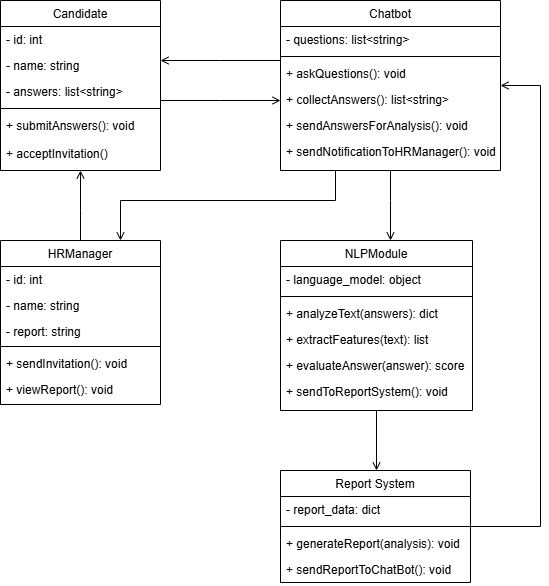
The draw.io diagram Диаграмма классов.drawio.png in Evgeny-Yakovlev73/Diagramms, before a commit. Source tidied: cells renumbered, new cells last; positions are measured from the earlier drawing's top-left corner, leaving out a move shared by most shapes.
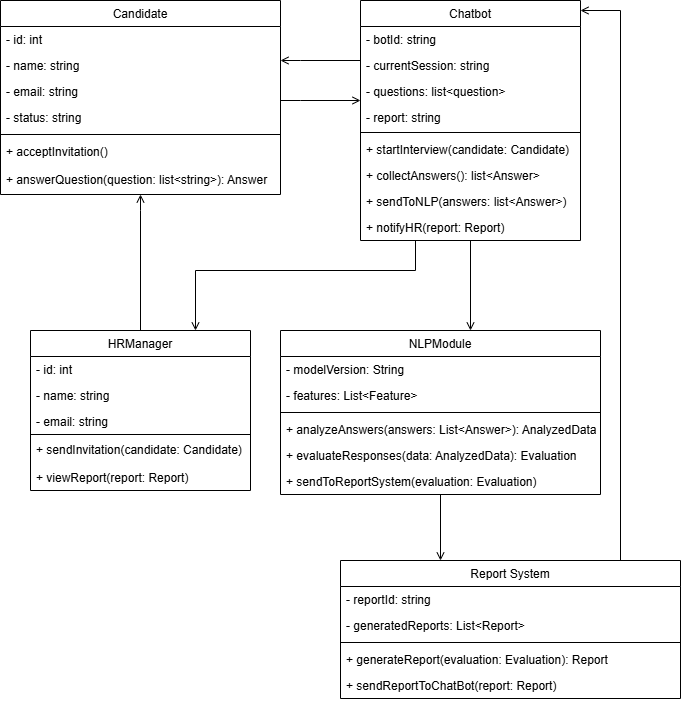
After the commit.

Diff of the diagram source:
```diff
@@ -3,61 +3,76 @@
     <mxCell id="0" />
     <mxCell id="1" parent="0" />
     <mxCell id="2" value="Candidate" style="swimlane;fontStyle=0;align=center;verticalAlign=top;horizontal=1;startSize=26;rounded=0;shadow=0;strokeWidth=1;" parent="1" vertex="1">
-      <mxGeometry width="160" height="170" as="geometry" />
+      <mxGeometry x="-80" width="280" height="194" as="geometry" />
     </mxCell>
     <mxCell id="3" value="- id: int" style="text;align=left;verticalAlign=top;spacingLeft=4;spacingRight=4;overflow=hidden;" parent="2" vertex="1">
-      <mxGeometry y="26" width="160" height="26" as="geometry" />
+      <mxGeometry y="26" width="280" height="26" as="geometry" />
     </mxCell>
+    <mxCell id="42" value="- name: string" style="text;align=left;verticalAlign=top;spacingLeft=4;spacingRight=4;overflow=hidden;rounded=0;shadow=0;html=0;" parent="2" vertex="1">
+      <mxGeometry y="52" width="280" height="26" as="geometry" />
+    </mxCell>
-    <mxCell id="4" value="- name: string" style="text;align=left;verticalAlign=top;spacingLeft=4;spacingRight=4;overflow=hidden;rounded=0;shadow=0;html=0;" parent="2" vertex="1">
-      <mxGeometry y="52" width="160" height="26" as="geometry" />
+    <mxCell id="4" value="- email: string" style="text;align=left;verticalAlign=top;spacingLeft=4;spacingRight=4;overflow=hidden;rounded=0;shadow=0;html=0;" parent="2" vertex="1">
+      <mxGeometry y="78" width="280" height="26" as="geometry" />
     </mxCell>
-    <mxCell id="5" value="- answers: list&lt;string&gt;" style="text;align=left;verticalAlign=top;spacingLeft=4;spacingRight=4;overflow=hidden;rounded=0;shadow=0;html=0;" parent="2" vertex="1">
-      <mxGeometry y="78" width="160" height="26" as="geometry" />
-    </mxCell>
+    <mxCell id="43" value="- status: string" style="text;align=left;verticalAlign=top;spacingLeft=4;spacingRight=4;overflow=hidden;rounded=0;shadow=0;html=0;" parent="2" vertex="1">
+      <mxGeometry y="104" width="280" height="26" as="geometry" />
+    </mxCell>
     <mxCell id="6" style="line;html=1;strokeWidth=1;align=left;verticalAlign=middle;spacingTop=-1;spacingLeft=3;spacingRight=3;labelPosition=right;" parent="2" vertex="1">
-      <mxGeometry y="104" width="160" height="8" as="geometry" />
+      <mxGeometry y="130" width="280" height="8" as="geometry" />
     </mxCell>
+    <mxCell id="8" value="+ acceptInvitation()" style="text;align=left;verticalAlign=top;spacingLeft=4;spacingRight=4;overflow=hidden;" parent="2" vertex="1">
+      <mxGeometry y="138" width="280" height="28" as="geometry" />
+    </mxCell>
-    <mxCell id="7" value="+ submitAnswers(): void" style="text;align=left;verticalAlign=top;spacingLeft=4;spacingRight=4;overflow=hidden;" parent="2" vertex="1">
-      <mxGeometry y="112" width="160" height="28" as="geometry" />
+    <mxCell id="7" value="+ answerQuestion(question: list&lt;string&gt;): Answer" style="text;align=left;verticalAlign=top;spacingLeft=4;spacingRight=4;overflow=hidden;" parent="2" vertex="1">
+      <mxGeometry y="166" width="280" height="28" as="geometry" />
     </mxCell>
-    <mxCell id="8" value="+ acceptInvitation()" style="text;align=left;verticalAlign=top;spacingLeft=4;spacingRight=4;overflow=hidden;" parent="2" vertex="1">
-      <mxGeometry y="140" width="160" height="28" as="geometry" />
-    </mxCell>
     <mxCell id="9" value="Report System" style="swimlane;fontStyle=0;align=center;verticalAlign=top;horizontal=1;startSize=26;rounded=0;shadow=0;strokeWidth=1;" parent="1" vertex="1">
-      <mxGeometry x="280" y="470" width="190" height="112" as="geometry" />
+      <mxGeometry x="260" y="560" width="340" height="138" as="geometry" />
     </mxCell>
+    <mxCell id="44" value="- reportId: string" style="text;align=left;verticalAlign=top;spacingLeft=4;spacingRight=4;overflow=hidden;" parent="9" vertex="1">
+      <mxGeometry y="26" width="340" height="26" as="geometry" />
+    </mxCell>
-    <mxCell id="10" value="- report_data: dict" style="text;align=left;verticalAlign=top;spacingLeft=4;spacingRight=4;overflow=hidden;" parent="9" vertex="1">
-      <mxGeometry y="26" width="190" height="26" as="geometry" />
+    <mxCell id="10" value="- generatedReports: List&lt;Report&gt;" style="text;align=left;verticalAlign=top;spacingLeft=4;spacingRight=4;overflow=hidden;" parent="9" vertex="1">
+      <mxGeometry y="52" width="340" height="26" as="geometry" />
     </mxCell>
     <mxCell id="11" style="line;html=1;strokeWidth=1;align=left;verticalAlign=middle;spacingTop=-1;spacingLeft=3;spacingRight=3;labelPosition=right;" parent="9" vertex="1">
-      <mxGeometry y="52" width="190" height="8" as="geometry" />
+      <mxGeometry y="78" width="340" height="8" as="geometry" />
     </mxCell>
-    <mxCell id="12" value="+ generateReport(analysis): void" style="text;align=left;verticalAlign=top;spacingLeft=4;spacingRight=4;overflow=hidden;fontStyle=0;" parent="9" vertex="1">
-      <mxGeometry y="60" width="190" height="26" as="geometry" />
+    <mxCell id="12" value="+ generateReport(evaluation: Evaluation): Report" style="text;align=left;verticalAlign=top;spacingLeft=4;spacingRight=4;overflow=hidden;fontStyle=0;" parent="9" vertex="1">
+      <mxGeometry y="86" width="340" height="26" as="geometry" />
     </mxCell>
-    <mxCell id="13" value="+ sendReportToChatBot(): void" style="text;align=left;verticalAlign=top;spacingLeft=4;spacingRight=4;overflow=hidden;" parent="9" vertex="1">
-      <mxGeometry y="86" width="190" height="26" as="geometry" />
+    <mxCell id="13" value="+ sendReportToChatBot(report: Report)" style="text;align=left;verticalAlign=top;spacingLeft=4;spacingRight=4;overflow=hidden;" parent="9" vertex="1">
+      <mxGeometry y="112" width="340" height="26" as="geometry" />
     </mxCell>
     <mxCell id="14" value="Chatbot" style="swimlane;fontStyle=0;align=center;verticalAlign=top;horizontal=1;startSize=26;rounded=0;shadow=0;strokeWidth=1;" parent="1" vertex="1">
-      <mxGeometry x="280" width="220" height="170" as="geometry" />
+      <mxGeometry x="280" width="220" height="240" as="geometry" />
     </mxCell>
+    <mxCell id="45" value="- botId: string" style="text;align=left;verticalAlign=top;spacingLeft=4;spacingRight=4;overflow=hidden;" parent="14" vertex="1">
+      <mxGeometry y="26" width="220" height="26" as="geometry" />
+    </mxCell>
+    <mxCell id="46" value="- currentSession: string" style="text;align=left;verticalAlign=top;spacingLeft=4;spacingRight=4;overflow=hidden;labelBackgroundColor=none;" parent="14" vertex="1">
+      <mxGeometry y="52" width="220" height="26" as="geometry" />
+    </mxCell>
-    <mxCell id="15" value="- questions: list&lt;string&gt;" style="text;align=left;verticalAlign=top;spacingLeft=4;spacingRight=4;overflow=hidden;" parent="14" vertex="1">
-      <mxGeometry y="26" width="220" height="26" as="geometry" />
+    <mxCell id="15" value="- questions: list&lt;question&gt;" style="text;align=left;verticalAlign=top;spacingLeft=4;spacingRight=4;overflow=hidden;" parent="14" vertex="1">
+      <mxGeometry y="78" width="220" height="26" as="geometry" />
     </mxCell>
+    <mxCell id="47" value="- report: string" style="text;align=left;verticalAlign=top;spacingLeft=4;spacingRight=4;overflow=hidden;rounded=0;shadow=0;html=0;" parent="14" vertex="1">
+      <mxGeometry y="104" width="220" height="24" as="geometry" />
+    </mxCell>
     <mxCell id="16" style="line;html=1;strokeWidth=1;align=left;verticalAlign=middle;spacingTop=-1;spacingLeft=3;spacingRight=3;labelPosition=right;" parent="14" vertex="1">
-      <mxGeometry y="52" width="220" height="8" as="geometry" />
+      <mxGeometry y="128" width="220" height="8" as="geometry" />
     </mxCell>
-    <mxCell id="17" value="+ askQuestions(): void" style="text;align=left;verticalAlign=top;spacingLeft=4;spacingRight=4;overflow=hidden;" parent="14" vertex="1">
-      <mxGeometry y="60" width="220" height="26" as="geometry" />
+    <mxCell id="17" value="+ startInterview(candidate: Candidate)" style="text;align=left;verticalAlign=top;spacingLeft=4;spacingRight=4;overflow=hidden;" parent="14" vertex="1">
+      <mxGeometry y="136" width="220" height="26" as="geometry" />
     </mxCell>
-    <mxCell id="18" value="+ collectAnswers(): list&lt;string&gt;" style="text;align=left;verticalAlign=top;spacingLeft=4;spacingRight=4;overflow=hidden;" parent="14" vertex="1">
-      <mxGeometry y="86" width="220" height="26" as="geometry" />
+    <mxCell id="18" value="+ collectAnswers(): list&lt;Answer&gt;" style="text;align=left;verticalAlign=top;spacingLeft=4;spacingRight=4;overflow=hidden;" parent="14" vertex="1">
+      <mxGeometry y="162" width="220" height="26" as="geometry" />
     </mxCell>
-    <mxCell id="19" value="+ sendAnswersForAnalysis(): void" style="text;align=left;verticalAlign=top;spacingLeft=4;spacingRight=4;overflow=hidden;rounded=0;shadow=0;html=0;" parent="14" vertex="1">
-      <mxGeometry y="112" width="220" height="26" as="geometry" />
+    <mxCell id="19" value="+ sendToNLP(answers: list&lt;Answer&gt;)" style="text;align=left;verticalAlign=top;spacingLeft=4;spacingRight=4;overflow=hidden;rounded=0;shadow=0;html=0;" parent="14" vertex="1">
+      <mxGeometry y="188" width="220" height="26" as="geometry" />
     </mxCell>
-    <mxCell id="20" value="+ sendNotificationToHRManager(): void" style="text;align=left;verticalAlign=top;spacingLeft=4;spacingRight=4;overflow=hidden;rounded=0;shadow=0;html=0;" parent="14" vertex="1">
-      <mxGeometry y="138" width="220" height="26" as="geometry" />
+    <mxCell id="20" value="+ notifyHR(report: Report)" style="text;align=left;verticalAlign=top;spacingLeft=4;spacingRight=4;overflow=hidden;rounded=0;shadow=0;html=0;" parent="14" vertex="1">
+      <mxGeometry y="214" width="220" height="26" as="geometry" />
     </mxCell>
     <mxCell id="21" style="endArrow=open;shadow=0;strokeWidth=1;rounded=0;curved=0;endFill=1;edgeStyle=elbowEdgeStyle;elbow=vertical;" parent="1" edge="1" source="2" target="14">
       <mxGeometry x="0.5" y="41" relative="1" as="geometry">
@@ -68,30 +83,30 @@
       </mxGeometry>
     </mxCell>
     <mxCell id="22" value="NLPModule" style="swimlane;fontStyle=0;align=center;verticalAlign=top;horizontal=1;startSize=26;rounded=0;shadow=0;strokeWidth=1;" parent="1" vertex="1">
-      <mxGeometry x="280" y="240" width="192" height="170" as="geometry" />
+      <mxGeometry x="200" y="330" width="320" height="164" as="geometry" />
     </mxCell>
+    <mxCell id="48" value="- modelVersion: String" style="text;align=left;verticalAlign=top;spacingLeft=4;spacingRight=4;overflow=hidden;fontColor=#000000;" parent="22" vertex="1">
+      <mxGeometry y="26" width="320" height="26" as="geometry" />
+    </mxCell>
-    <mxCell id="23" value="- language_model: object" style="text;align=left;verticalAlign=top;spacingLeft=4;spacingRight=4;overflow=hidden;" parent="22" vertex="1">
-      <mxGeometry y="26" width="192" height="26" as="geometry" />
+    <mxCell id="23" value="- features: List&lt;Feature&gt;" style="text;align=left;verticalAlign=top;spacingLeft=4;spacingRight=4;overflow=hidden;fontColor=#000000;" parent="22" vertex="1">
+      <mxGeometry y="52" width="320" height="26" as="geometry" />
     </mxCell>
     <mxCell id="24" style="line;html=1;strokeWidth=1;align=left;verticalAlign=middle;spacingTop=-1;spacingLeft=3;spacingRight=3;labelPosition=right;" parent="22" vertex="1">
-      <mxGeometry y="52" width="192" height="8" as="geometry" />
+      <mxGeometry y="78" width="320" height="8" as="geometry" />
     </mxCell>
-    <mxCell id="25" value="+ analyzeText(answers): dict" style="text;align=left;verticalAlign=top;spacingLeft=4;spacingRight=4;overflow=hidden;" parent="22" vertex="1">
-      <mxGeometry y="60" width="192" height="26" as="geometry" />
+    <mxCell id="25" value="+ analyzeAnswers(answers: List&lt;Answer&gt;): AnalyzedData" style="text;align=left;verticalAlign=top;spacingLeft=4;spacingRight=4;overflow=hidden;" parent="22" vertex="1">
+      <mxGeometry y="86" width="320" height="26" as="geometry" />
     </mxCell>
-    <mxCell id="26" value="+ extractFeatures(text): list" style="text;align=left;verticalAlign=top;spacingLeft=4;spacingRight=4;overflow=hidden;" parent="22" vertex="1">
-      <mxGeometry y="86" width="192" height="26" as="geometry" />
-    </mxCell>
-    <mxCell id="27" value="+ evaluateAnswer(answer): score" style="text;align=left;verticalAlign=top;spacingLeft=4;spacingRight=4;overflow=hidden;rounded=0;shadow=0;html=0;" parent="22" vertex="1">
-      <mxGeometry y="112" width="192" height="26" as="geometry" />
+    <mxCell id="27" value="+ evaluateResponses(data: AnalyzedData): Evaluation" style="text;align=left;verticalAlign=top;spacingLeft=4;spacingRight=4;overflow=hidden;rounded=0;shadow=0;html=0;" parent="22" vertex="1">
+      <mxGeometry y="112" width="320" height="26" as="geometry" />
     </mxCell>
-    <mxCell id="28" value="+ sendToReportSystem(): void" style="text;align=left;verticalAlign=top;spacingLeft=4;spacingRight=4;overflow=hidden;rounded=0;shadow=0;html=0;" parent="22" vertex="1">
-      <mxGeometry y="138" width="192" height="26" as="geometry" />
+    <mxCell id="28" value="+ sendToReportSystem(evaluation: Evaluation)" style="text;align=left;verticalAlign=top;spacingLeft=4;spacingRight=4;overflow=hidden;rounded=0;shadow=0;html=0;" parent="22" vertex="1">
+      <mxGeometry y="138" width="320" height="26" as="geometry" />
     </mxCell>
     <mxCell id="29" style="endArrow=open;shadow=0;strokeWidth=1;rounded=0;curved=0;endFill=1;edgeStyle=elbowEdgeStyle;elbow=vertical;" parent="1" edge="1" source="14" target="22">
       <mxGeometry x="0.5" y="41" relative="1" as="geometry">
         <Array as="points">
-          <mxPoint x="390" y="200" />
+          <mxPoint x="450" y="180" />
         </Array>
         <mxPoint x="-40" y="32" as="offset" />
       </mxGeometry>
@@ -99,36 +114,36 @@
     <mxCell id="30" style="endArrow=open;shadow=0;strokeWidth=1;rounded=0;curved=0;endFill=1;edgeStyle=elbowEdgeStyle;elbow=vertical;exitX=0.5;exitY=1;exitDx=0;exitDy=0;" parent="1" edge="1" source="22" target="9">
       <mxGeometry x="0.5" y="41" relative="1" as="geometry">
         <Array as="points">
-          <mxPoint x="370" y="550" />
+          <mxPoint x="370" y="600" />
         </Array>
         <mxPoint x="-40" y="32" as="offset" />
       </mxGeometry>
     </mxCell>
     <mxCell id="31" value="HRManager" style="swimlane;fontStyle=0;align=center;verticalAlign=top;horizontal=1;startSize=26;rounded=0;shadow=0;strokeWidth=1;" parent="1" vertex="1">
-      <mxGeometry y="240" width="160" height="164" as="geometry" />
+      <mxGeometry x="-50" y="330" width="220" height="160" as="geometry" />
     </mxCell>
     <mxCell id="32" value="- id: int" style="text;align=left;verticalAlign=top;spacingLeft=4;spacingRight=4;overflow=hidden;" parent="31" vertex="1">
-      <mxGeometry y="26" width="160" height="26" as="geometry" />
+      <mxGeometry y="26" width="220" height="26" as="geometry" />
     </mxCell>
     <mxCell id="33" value="- name: string" style="text;align=left;verticalAlign=top;spacingLeft=4;spacingRight=4;overflow=hidden;rounded=0;shadow=0;html=0;" parent="31" vertex="1">
-      <mxGeometry y="52" width="160" height="26" as="geometry" />
+      <mxGeometry y="52" width="220" height="26" as="geometry" />
     </mxCell>
-    <mxCell id="34" value="- report: string" style="text;align=left;verticalAlign=top;spacingLeft=4;spacingRight=4;overflow=hidden;rounded=0;shadow=0;html=0;" parent="31" vertex="1">
-      <mxGeometry y="78" width="160" height="24" as="geometry" />
+    <mxCell id="34" value="- email: string" style="text;align=left;verticalAlign=top;spacingLeft=4;spacingRight=4;overflow=hidden;rounded=0;shadow=0;html=0;" parent="31" vertex="1">
+      <mxGeometry y="78" width="220" height="24" as="geometry" />
     </mxCell>
     <mxCell id="35" style="line;html=1;strokeWidth=1;align=left;verticalAlign=middle;spacingTop=-1;spacingLeft=3;spacingRight=3;labelPosition=right;" parent="31" vertex="1">
-      <mxGeometry y="102" width="160" height="8" as="geometry" />
+      <mxGeometry y="102" width="220" height="4" as="geometry" />
     </mxCell>
+    <mxCell id="37" value="+ sendInvitation(candidate: Candidate)" style="text;align=left;verticalAlign=top;spacingLeft=4;spacingRight=4;overflow=hidden;" parent="31" vertex="1">
+      <mxGeometry y="106" width="220" height="28" as="geometry" />
+    </mxCell>
-    <mxCell id="36" value="+ sendInvitation(): void" style="text;align=left;verticalAlign=top;spacingLeft=4;spacingRight=4;overflow=hidden;" parent="31" vertex="1">
-      <mxGeometry y="110" width="160" height="26" as="geometry" />
+    <mxCell id="36" value="+ viewReport(report: Report)" style="text;align=left;verticalAlign=top;spacingLeft=4;spacingRight=4;overflow=hidden;" parent="31" vertex="1">
+      <mxGeometry y="134" width="220" height="26" as="geometry" />
     </mxCell>
-    <mxCell id="37" value="+ viewReport(): void" style="text;align=left;verticalAlign=top;spacingLeft=4;spacingRight=4;overflow=hidden;" parent="31" vertex="1">
-      <mxGeometry y="136" width="160" height="28" as="geometry" />
-    </mxCell>
     <mxCell id="38" style="endArrow=open;shadow=0;strokeWidth=1;rounded=0;curved=0;endFill=1;edgeStyle=elbowEdgeStyle;elbow=vertical;" parent="1" edge="1" source="31" target="2">
       <mxGeometry x="0.5" y="41" relative="1" as="geometry">
         <Array as="points">
-          <mxPoint x="80" y="210" />
+          <mxPoint x="60" y="210" />
         </Array>
         <mxPoint x="-40" y="32" as="offset" />
       </mxGeometry>
@@ -136,7 +151,7 @@
     <mxCell id="39" style="endArrow=open;shadow=0;strokeWidth=1;rounded=0;curved=0;endFill=1;edgeStyle=elbowEdgeStyle;elbow=vertical;" parent="1" edge="1" source="9" target="14">
       <mxGeometry x="0.5" y="41" relative="1" as="geometry">
         <Array as="points">
-          <mxPoint x="540" y="300" />
+          <mxPoint x="540" y="10" />
         </Array>
         <mxPoint x="-40" y="32" as="offset" />
       </mxGeometry>
@@ -152,7 +167,7 @@
     <mxCell id="41" style="endArrow=open;shadow=0;strokeWidth=1;rounded=0;curved=0;endFill=1;edgeStyle=elbowEdgeStyle;elbow=vertical;exitX=0.25;exitY=1;exitDx=0;exitDy=0;entryX=0.75;entryY=0;entryDx=0;entryDy=0;" parent="1" edge="1" source="14" target="31">
       <mxGeometry x="0.5" y="41" relative="1" as="geometry">
         <Array as="points">
-          <mxPoint x="240" y="200" />
+          <mxPoint x="120" y="270" />
         </Array>
         <mxPoint x="-40" y="32" as="offset" />
       </mxGeometry>
```
